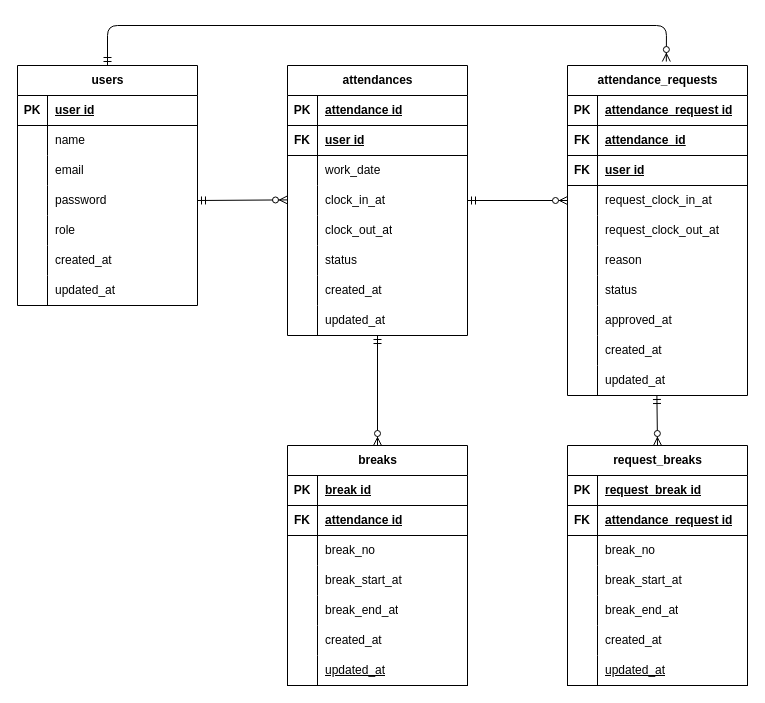
The draw.io diagram er.drawio in maiko2323/attendance-manager, before the edit. Source tidied: cells renumbered, new cells numbered last; positions are measured from the earlier drawing's top-left corner, leaving out a move shared by most shapes. Both pictures are drawn from the tidied source at 100%, with x=0, y=0 at pixel (17, 25).
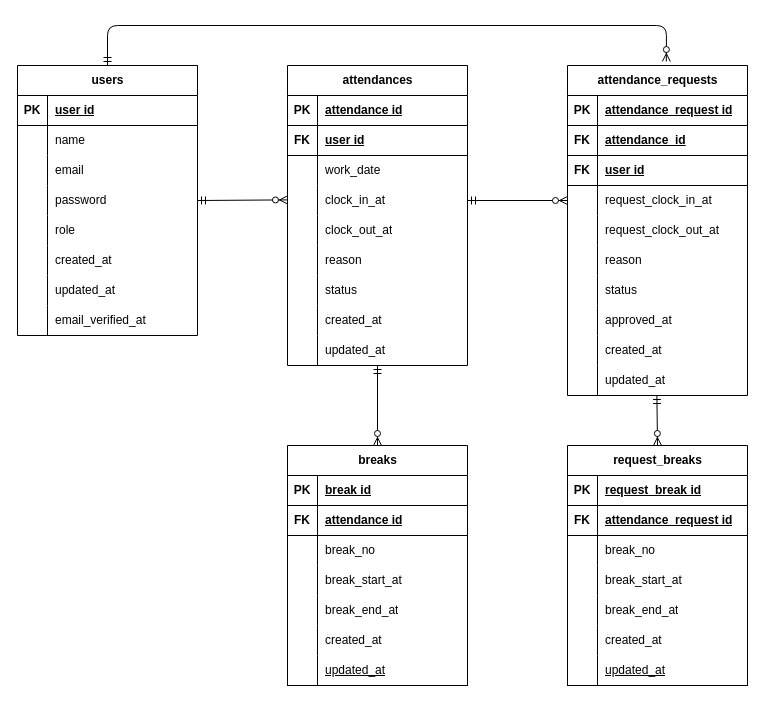
Above is the later version.

The change refers to these unchanged cells:
```xml
<mxCell id="40" style="shape=tableRow;horizontal=0;startSize=0;swimlaneHead=0;swimlaneBody=0;fillColor=none;top=0;left=0;right=0;bottom=0;" parent="24" vertex="1">
  <mxGeometry y="180" width="180" height="30" as="geometry" />
</mxCell>
<mxCell id="43" style="shape=tableRow;horizontal=0;startSize=0;swimlaneHead=0;swimlaneBody=0;fillColor=none;top=0;left=0;right=0;bottom=0;" parent="24" vertex="1">
  <mxGeometry y="210" width="180" height="30" as="geometry" />
</mxCell>
<mxCell id="46" style="shape=tableRow;horizontal=0;startSize=0;swimlaneHead=0;swimlaneBody=0;fillColor=none;top=0;left=0;right=0;bottom=0;" parent="24" vertex="1">
  <mxGeometry y="240" width="180" height="30" as="geometry" />
</mxCell>
<mxCell id="50" value="breaks" style="shape=table;startSize=30;childLayout=tableLayout;rowLines=0;fontStyle=1;align=center;html=1;" parent="1" vertex="1">
  <mxGeometry x="270" y="420" width="180" height="240" as="geometry" />
</mxCell>
```

Diff of the diagram source:
```diff
@@
     <mxCell id="2" value="users" style="shape=table;startSize=30;childLayout=tableLayout;rowLines=0;fontStyle=1;align=center;html=1;" parent="1" vertex="1">
-      <mxGeometry y="40" width="180" height="240" as="geometry" />
+      <mxGeometry y="40" width="180" height="270" as="geometry" />
     </mxCell>
@@
+    <mxCell id="130" style="shape=tableRow;horizontal=0;startSize=0;swimlaneHead=0;swimlaneBody=0;fillColor=none;top=0;left=0;right=0;bottom=0;" parent="2" vertex="1">
+      <mxGeometry y="240" width="180" height="30" as="geometry" />
+    </mxCell>
+    <mxCell id="131" style="shape=partialRectangle;fillColor=none;top=0;left=0;bottom=0;right=0;overflow=hidden;whiteSpace=wrap;html=1;" parent="130" vertex="1">
+      <mxGeometry width="30" height="30" as="geometry" />
+    </mxCell>
+    <mxCell id="132" value="email_verified_at" style="shape=partialRectangle;fillColor=none;top=0;left=0;bottom=0;right=0;align=left;spacingLeft=6;overflow=hidden;whiteSpace=wrap;html=1;" parent="130" vertex="1">
+      <mxGeometry x="30" width="150" height="30" as="geometry" />
+    </mxCell>
     <mxCell id="24" value="attendances" style="shape=table;startSize=30;childLayout=tableLayout;rowLines=0;fontStyle=1;align=center;html=1;" parent="1" vertex="1">
-      <mxGeometry x="270" y="40" width="180" height="270" as="geometry" />
+      <mxGeometry x="270" y="40" width="180" height="300" as="geometry" />
     </mxCell>
@@
-    <mxCell id="42" value="status" style="shape=partialRectangle;fillColor=none;top=0;left=0;bottom=0;right=0;align=left;spacingLeft=6;overflow=hidden;whiteSpace=wrap;html=1;" parent="40" vertex="1">
+    <mxCell id="42" value="&lt;span style=&quot;color: rgb(0, 0, 0);&quot;&gt;reason&lt;/span&gt;" style="shape=partialRectangle;fillColor=none;top=0;left=0;bottom=0;right=0;align=left;spacingLeft=6;overflow=hidden;whiteSpace=wrap;html=1;" parent="40" vertex="1">
       <mxGeometry x="30" width="150" height="30" as="geometry" />
     </mxCell>
@@
-    <mxCell id="45" value="created_at" style="shape=partialRectangle;fillColor=none;top=0;left=0;bottom=0;right=0;align=left;spacingLeft=6;overflow=hidden;whiteSpace=wrap;html=1;" parent="43" vertex="1">
+    <mxCell id="45" value="&lt;span style=&quot;color: rgb(0, 0, 0);&quot;&gt;status&lt;/span&gt;" style="shape=partialRectangle;fillColor=none;top=0;left=0;bottom=0;right=0;align=left;spacingLeft=6;overflow=hidden;whiteSpace=wrap;html=1;" parent="43" vertex="1">
       <mxGeometry x="30" width="150" height="30" as="geometry" />
     </mxCell>
@@
-    <mxCell id="48" value="&lt;span style=&quot;color: rgb(0, 0, 0);&quot;&gt;updated_at&lt;/span&gt;" style="shape=partialRectangle;fillColor=none;top=0;left=0;bottom=0;right=0;align=left;spacingLeft=6;overflow=hidden;whiteSpace=wrap;html=1;" parent="46" vertex="1">
+    <mxCell id="48" value="&lt;span style=&quot;color: rgb(0, 0, 0);&quot;&gt;created_at&lt;/span&gt;" style="shape=partialRectangle;fillColor=none;top=0;left=0;bottom=0;right=0;align=left;spacingLeft=6;overflow=hidden;whiteSpace=wrap;html=1;" parent="46" vertex="1">
       <mxGeometry x="30" width="150" height="30" as="geometry" />
     </mxCell>
+    <mxCell id="133" style="shape=tableRow;horizontal=0;startSize=0;swimlaneHead=0;swimlaneBody=0;fillColor=none;top=0;left=0;right=0;bottom=0;" parent="24" vertex="1">
+      <mxGeometry y="270" width="180" height="30" as="geometry" />
+    </mxCell>
+    <mxCell id="134" style="shape=partialRectangle;fillColor=none;top=0;left=0;bottom=0;right=0;overflow=hidden;whiteSpace=wrap;html=1;" parent="133" vertex="1">
+      <mxGeometry width="30" height="30" as="geometry" />
+    </mxCell>
+    <mxCell id="135" value="&lt;span style=&quot;color: rgb(0, 0, 0);&quot;&gt;updated_at&lt;/span&gt;" style="shape=partialRectangle;fillColor=none;top=0;left=0;bottom=0;right=0;align=left;spacingLeft=6;overflow=hidden;whiteSpace=wrap;html=1;" parent="133" vertex="1">
+      <mxGeometry x="30" width="150" height="30" as="geometry" />
+    </mxCell>
@@
     <mxCell id="128" style="fontSize=12;html=1;endArrow=ERzeroToMany;startArrow=ERmandOne;entryX=0.5;entryY=0;entryDx=0;entryDy=0;" parent="1" edge="1" target="50">
       <mxGeometry relative="1" as="geometry">
-        <mxPoint x="360" y="310" as="sourcePoint" />
+        <mxPoint x="360" y="340" as="sourcePoint" />
       </mxGeometry>
     </mxCell>
```
